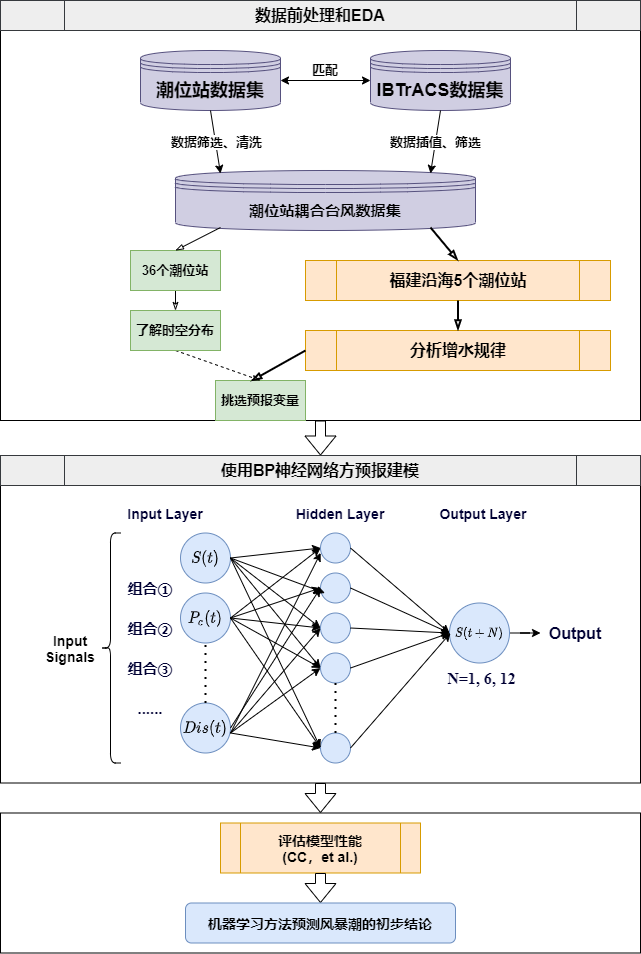
Before: 毕业设计.png, a diagram exported from draw.io (Xylitolor/Xylitolee). Source tidied: cells renumbered, new cells last; positions are measured from the earlier drawing's top-left corner, leaving out a move shared by most shapes.
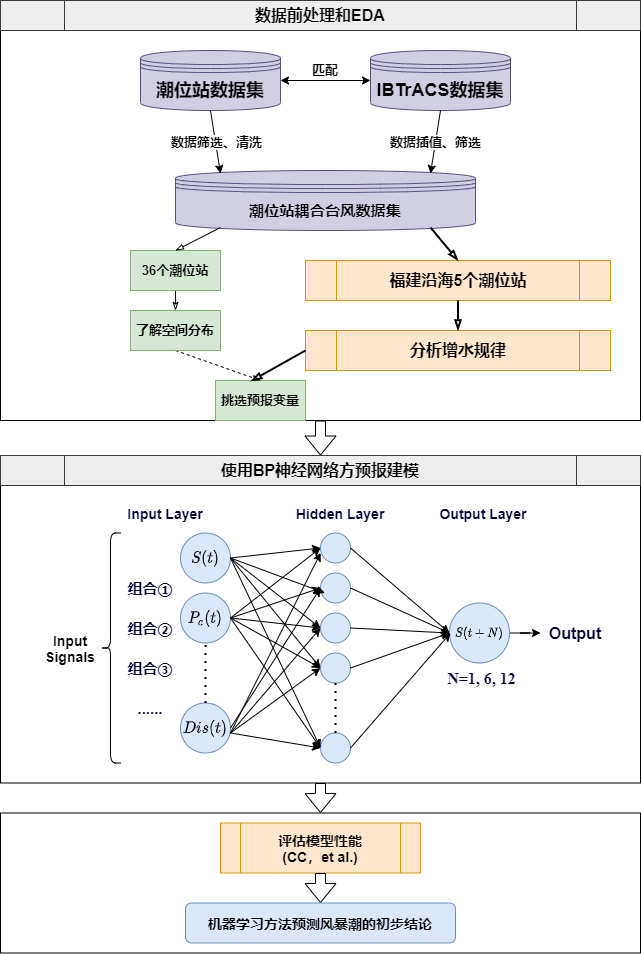
Later version of the same file.

Commit message:
更新毕业设计.png

Diff of the diagram source:
```diff
@@ -41,7 +41,7 @@
     <mxCell id="14" style="endArrow=blockThin;html=1;fontFamily=Helvetica;fontSize=13;entryX=0.5;entryY=0;entryDx=0;entryDy=0;exitX=0.15;exitY=0.95;exitDx=0;exitDy=0;exitPerimeter=0;endFill=0;" parent="1" edge="1" source="8" target="11">
       <mxGeometry relative="1" as="geometry" />
     </mxCell>
-    <mxCell id="15" value="了解时空分布" style="rounded=0;whiteSpace=wrap;html=1;fontFamily=Helvetica;fontSize=13;fillColor=#d5e8d4;strokeColor=#82b366;fontStyle=1;" parent="1" vertex="1">
+    <mxCell id="15" value="了解空间分布" style="rounded=0;whiteSpace=wrap;html=1;fontFamily=Helvetica;fontSize=13;fillColor=#d5e8d4;strokeColor=#82b366;fontStyle=1;" parent="1" vertex="1">
       <mxGeometry x="130" y="310" width="90" height="40" as="geometry" />
     </mxCell>
     <mxCell id="16" style="rounded=0;whiteSpace=wrap;html=1;fontFamily=Helvetica;fontSize=13;" parent="1" vertex="1">
```
